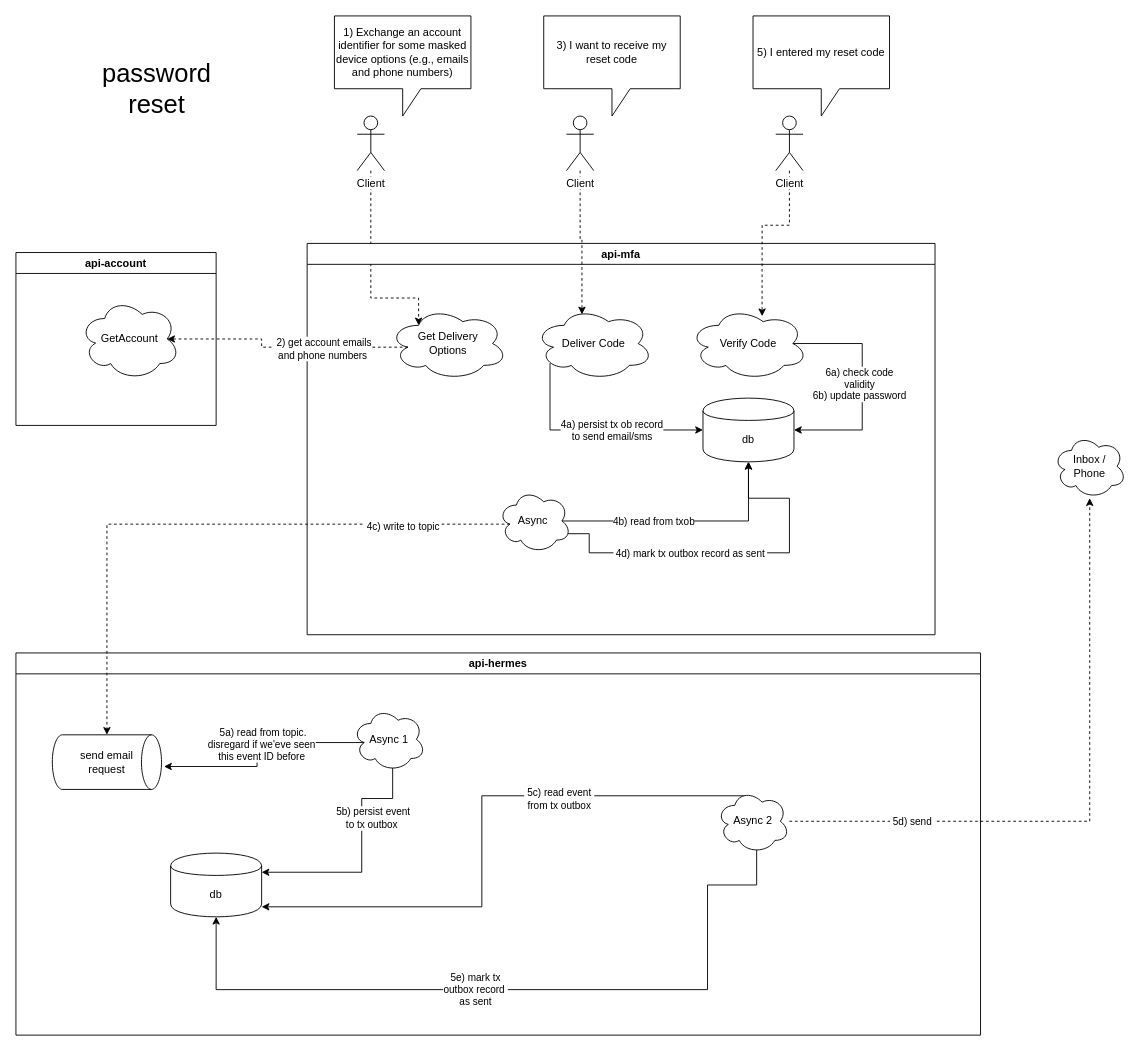
Before: page "password-reset" (5 of 5) of architecture.drawio in AlpacaLabs/protorepo, a draw.io diagram. Source tidied: cells renumbered, new cells numbered last; positions are measured from the earlier drawing's top-left corner, leaving out a move shared by most shapes. Both pictures are drawn from the tidied source at 91%, with x=0, y=0 at pixel (15, 15).
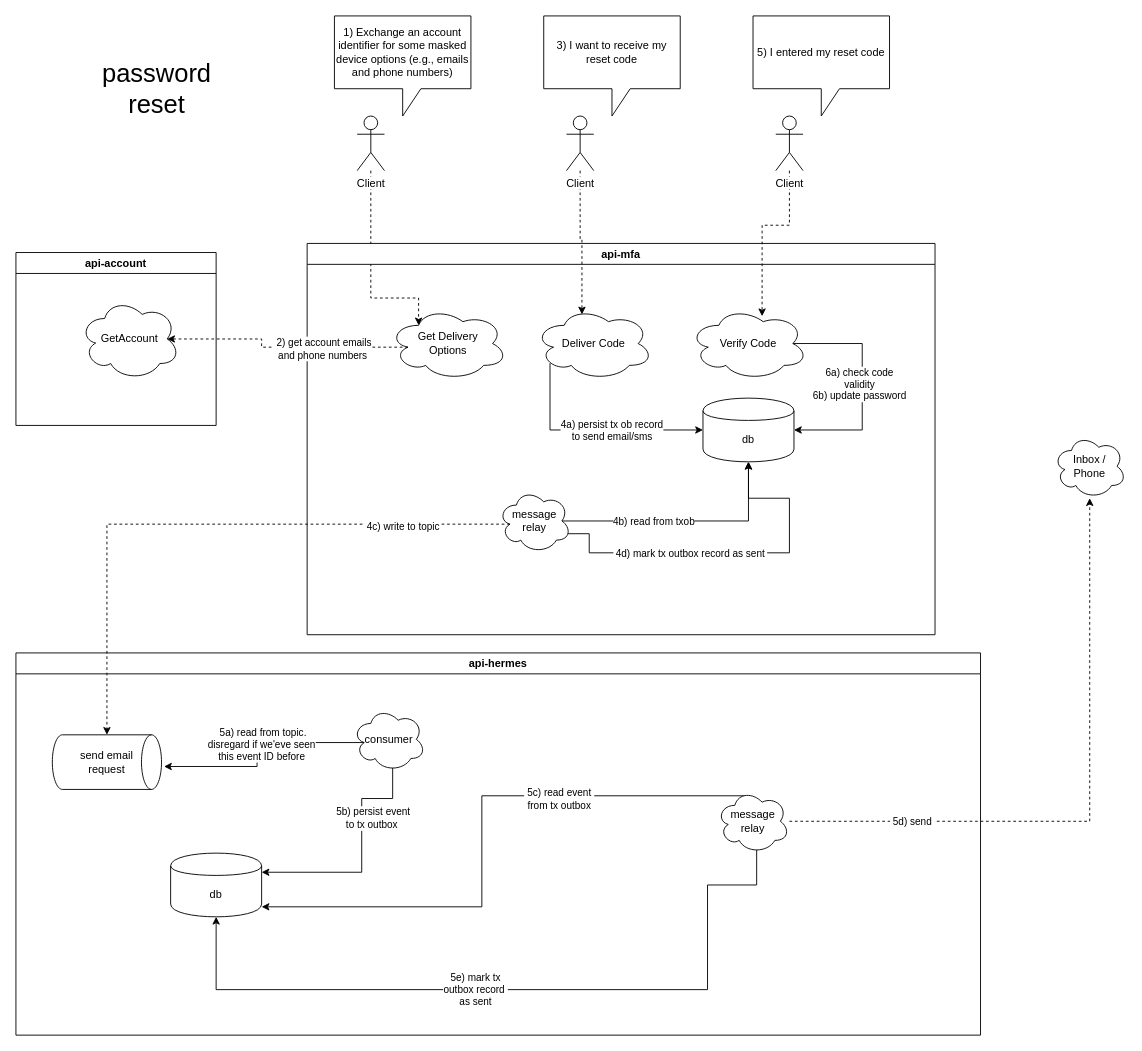
The same diagram, later.

Unchanged cells that the change refers to:
```xml
<mxCell id="4" value="api-mfa" style="swimlane;rounded=0;" parent="1" vertex="1">
  <mxGeometry x="320" y="250" width="690" height="430" as="geometry" />
</mxCell>
<mxCell id="30" value="api-hermes" style="swimlane;rounded=0;" parent="1" vertex="1">
  <mxGeometry y="700" width="1060" height="420" as="geometry" />
</mxCell>
```

What changed in the source:
```diff
@@
-    <mxCell id="15" value="Async&amp;nbsp;" style="ellipse;shape=cloud;whiteSpace=wrap;html=1;rounded=0;" parent="4" vertex="1">
+    <mxCell id="15" value="message&lt;br&gt;relay" style="ellipse;shape=cloud;whiteSpace=wrap;html=1;rounded=0;" parent="4" vertex="1">
       <mxGeometry x="210" y="270" width="80" height="70" as="geometry" />
     </mxCell>
@@
-    <mxCell id="36" value="Async 1" style="ellipse;shape=cloud;whiteSpace=wrap;html=1;rounded=0;" parent="30" vertex="1">
+    <mxCell id="36" value="consumer" style="ellipse;shape=cloud;whiteSpace=wrap;html=1;rounded=0;" parent="30" vertex="1">
       <mxGeometry x="370" y="60" width="80" height="70" as="geometry" />
     </mxCell>
@@
-    <mxCell id="41" value="Async 2" style="ellipse;shape=cloud;whiteSpace=wrap;html=1;rounded=0;" parent="30" vertex="1">
+    <mxCell id="41" value="message&lt;br&gt;relay" style="ellipse;shape=cloud;whiteSpace=wrap;html=1;rounded=0;" parent="30" vertex="1">
       <mxGeometry x="770" y="150" width="80" height="70" as="geometry" />
     </mxCell>
```
